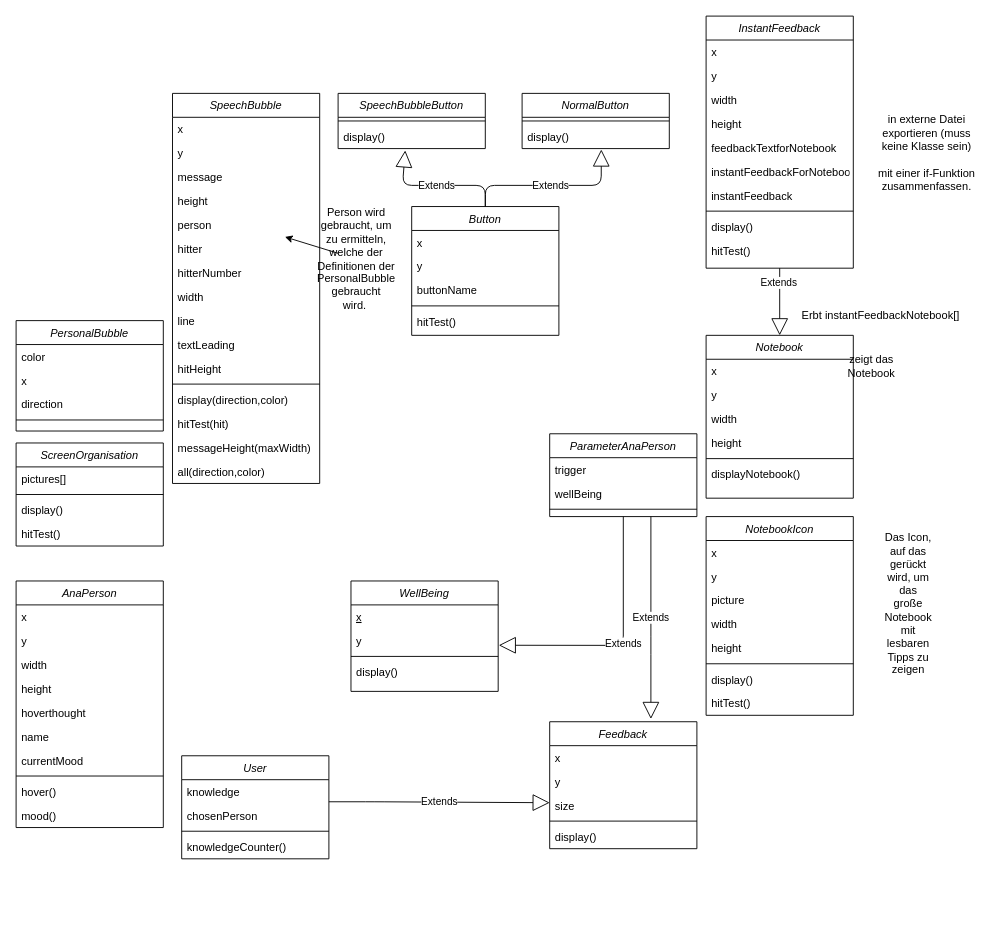
Earlier version of the draw.io diagram KlassendiagrammInYourHead.drawio (tresjulie/inYourHead). Source tidied: cells renumbered, new cells numbered last; positions are measured from the earlier drawing's top-left corner, leaving out a move shared by most shapes. Both pictures are drawn from the tidied source at 92%, with x=0, y=0 at pixel (16, 16).
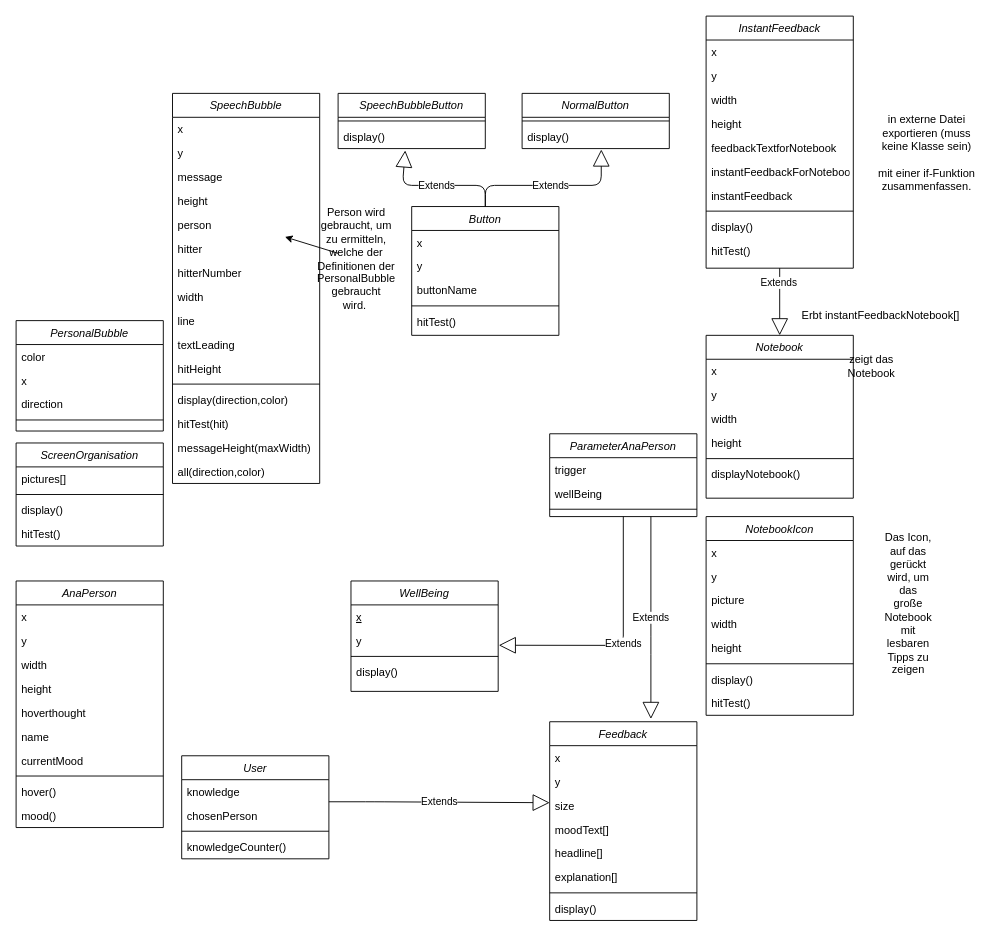
After the change.

Change to the diagram source:
```diff
@@
     <mxCell id="103" value="Feedback" style="swimlane;fontStyle=2;align=center;verticalAlign=top;horizontal=1;startSize=26;rounded=0;shadow=0;strokeWidth=1;" parent="1" vertex="1">
-      <mxGeometry x="580" y="767" width="160" height="138" as="geometry" />
+      <mxGeometry x="580" y="767" width="160" height="216" as="geometry" />
     </mxCell>
@@
+    <mxCell id="111" value="moodText[]" style="text;align=left;verticalAlign=top;spacingLeft=4;spacingRight=4;overflow=hidden;" parent="103" vertex="1">
+      <mxGeometry y="104" width="160" height="26" as="geometry" />
+    </mxCell>
+    <mxCell id="112" value="headline[]" style="text;align=left;verticalAlign=top;spacingLeft=4;spacingRight=4;overflow=hidden;" parent="103" vertex="1">
+      <mxGeometry y="130" width="160" height="26" as="geometry" />
+    </mxCell>
+    <mxCell id="113" value="explanation[]" style="text;align=left;verticalAlign=top;spacingLeft=4;spacingRight=4;overflow=hidden;" parent="103" vertex="1">
+      <mxGeometry y="156" width="160" height="26" as="geometry" />
+    </mxCell>
     <mxCell id="107" style="line;html=1;strokeWidth=1;align=left;verticalAlign=middle;spacingTop=-1;spacingLeft=3;spacingRight=3;labelPosition=right;" parent="103" vertex="1">
-      <mxGeometry y="104" width="160" height="8" as="geometry" />
+      <mxGeometry y="182" width="160" height="8" as="geometry" />
     </mxCell>
     <mxCell id="108" value="display()" style="text;align=left;verticalAlign=top;spacingLeft=4;spacingRight=4;overflow=hidden;" parent="103" vertex="1">
-      <mxGeometry y="112" width="160" height="26" as="geometry" />
+      <mxGeometry y="190" width="160" height="26" as="geometry" />
     </mxCell>
```
